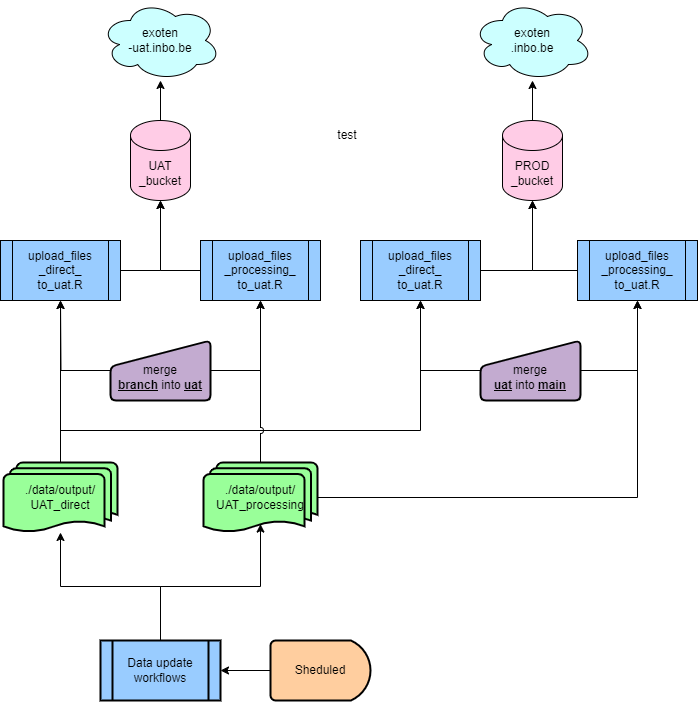
This is docs/aspbo_flows-upload_files.drawio.png from inbo/aspbo, a draw.io export, as it was before one commit. Source tidied: cells renumbered, new cells last; positions are measured from the earlier drawing's top-left corner, leaving out a move shared by most shapes. The source it was exported from:
```xml
<mxGraphModel>
  <root>
    <mxCell id="0" />
    <mxCell id="1" parent="0" />
    <mxCell id="2" value="upload_files&lt;br&gt;_direct_&lt;div&gt;to_uat.R&lt;/div&gt;" style="shape=process;whiteSpace=wrap;html=1;backgroundOutline=1;fillColor=#99CCFF;" parent="1" vertex="1">
      <mxGeometry y="240" width="120" height="60" as="geometry" />
    </mxCell>
    <mxCell id="3" value="upload_files&lt;br&gt;_processing_&lt;div&gt;to_uat.R&lt;/div&gt;" style="shape=process;whiteSpace=wrap;html=1;backgroundOutline=1;fillColor=#99CCFF;" parent="1" vertex="1">
      <mxGeometry x="200" y="240" width="120" height="60" as="geometry" />
    </mxCell>
    <mxCell id="4" style="edgeStyle=orthogonalEdgeStyle;rounded=0;jettySize=auto;html=1;" parent="1" edge="1" source="5" target="10">
      <mxGeometry relative="1" as="geometry" />
    </mxCell>
    <mxCell id="5" value="UAT&lt;br&gt;_bucket" style="shape=cylinder3;whiteSpace=wrap;html=1;boundedLbl=1;backgroundOutline=1;size=15;fillColor=#FFCCE6;" parent="1" vertex="1">
      <mxGeometry x="130" y="120" width="60" height="80" as="geometry" />
    </mxCell>
    <mxCell id="6" style="edgeStyle=orthogonalEdgeStyle;rounded=0;jettySize=auto;html=1;entryX=0.5;entryY=1;entryDx=0;entryDy=0;entryPerimeter=0;" parent="1" edge="1" source="2" target="5">
      <mxGeometry relative="1" as="geometry" />
    </mxCell>
    <mxCell id="7" style="edgeStyle=orthogonalEdgeStyle;rounded=0;jettySize=auto;html=1;entryX=0.5;entryY=1;entryDx=0;entryDy=0;entryPerimeter=0;" parent="1" edge="1" source="3" target="5">
      <mxGeometry relative="1" as="geometry" />
    </mxCell>
    <mxCell id="8" style="edgeStyle=orthogonalEdgeStyle;rounded=0;jettySize=auto;html=1;" parent="1" edge="1" source="9" target="11">
      <mxGeometry relative="1" as="geometry" />
    </mxCell>
    <mxCell id="9" value="PROD&lt;br&gt;_bucket" style="shape=cylinder3;whiteSpace=wrap;html=1;boundedLbl=1;backgroundOutline=1;size=15;fillColor=#FFCCE6;" parent="1" vertex="1">
      <mxGeometry x="502" y="120" width="60" height="80" as="geometry" />
    </mxCell>
    <mxCell id="10" value="exoten&lt;div&gt;-uat.inbo.be&lt;/div&gt;" style="ellipse;shape=cloud;whiteSpace=wrap;html=1;fillColor=#CCFFFF;" parent="1" vertex="1">
      <mxGeometry x="100" width="120" height="80" as="geometry" />
    </mxCell>
    <mxCell id="11" value="exoten&lt;br&gt;.inbo.be" style="ellipse;shape=cloud;whiteSpace=wrap;html=1;fillColor=#CCFFFF;" parent="1" vertex="1">
      <mxGeometry x="472" width="120" height="80" as="geometry" />
    </mxCell>
    <mxCell id="12" style="edgeStyle=orthogonalEdgeStyle;rounded=0;jettySize=auto;html=1;entryX=0.5;entryY=1;entryDx=0;entryDy=0;" parent="1" edge="1" source="14" target="29">
      <mxGeometry relative="1" as="geometry">
        <Array as="points">
          <mxPoint x="420" y="370" />
        </Array>
      </mxGeometry>
    </mxCell>
    <mxCell id="13" style="edgeStyle=orthogonalEdgeStyle;rounded=0;jettySize=auto;html=1;entryX=0.5;entryY=1;entryDx=0;entryDy=0;" parent="1" edge="1" source="14" target="31">
      <mxGeometry relative="1" as="geometry">
        <Array as="points">
          <mxPoint x="637" y="370" />
        </Array>
      </mxGeometry>
    </mxCell>
    <mxCell id="14" value="&lt;br&gt;merge &lt;b&gt;&lt;u&gt;uat&lt;/u&gt;&lt;/b&gt;&amp;nbsp;into&amp;nbsp;&lt;b&gt;&lt;u&gt;main&lt;/u&gt;&lt;/b&gt;" style="html=1;strokeWidth=2;shape=manualInput;whiteSpace=wrap;rounded=1;size=26;arcSize=11;fillColor=#C3ABD0;" parent="1" vertex="1">
      <mxGeometry x="480" y="340" width="100" height="60" as="geometry" />
    </mxCell>
    <mxCell id="15" style="edgeStyle=orthogonalEdgeStyle;rounded=0;jettySize=auto;html=1;" parent="1" edge="1" source="17" target="2">
      <mxGeometry relative="1" as="geometry" />
    </mxCell>
    <mxCell id="16" style="edgeStyle=orthogonalEdgeStyle;rounded=0;jettySize=auto;html=1;entryX=0.5;entryY=1;entryDx=0;entryDy=0;jumpStyle=arc;" parent="1" edge="1" source="17" target="29">
      <mxGeometry relative="1" as="geometry">
        <Array as="points">
          <mxPoint x="60" y="430" />
          <mxPoint x="420" y="430" />
        </Array>
      </mxGeometry>
    </mxCell>
    <mxCell id="17" value="./data/output/&lt;br&gt;UAT_direct" style="strokeWidth=2;html=1;shape=mxgraph.flowchart.multi-document;whiteSpace=wrap;fillColor=#99FF99;" parent="1" vertex="1">
      <mxGeometry x="3" y="462" width="114" height="70" as="geometry" />
    </mxCell>
    <mxCell id="18" style="edgeStyle=orthogonalEdgeStyle;rounded=0;jettySize=auto;html=1;jumpStyle=arc;" parent="1" edge="1" source="20" target="3">
      <mxGeometry relative="1" as="geometry" />
    </mxCell>
    <mxCell id="19" style="edgeStyle=orthogonalEdgeStyle;rounded=0;jettySize=auto;html=1;entryX=0.5;entryY=1;entryDx=0;entryDy=0;" parent="1" edge="1" source="20" target="31">
      <mxGeometry relative="1" as="geometry" />
    </mxCell>
    <mxCell id="20" value="./data/output/&lt;br&gt;UAT_processing" style="strokeWidth=2;html=1;shape=mxgraph.flowchart.multi-document;whiteSpace=wrap;fillColor=#99FF99;" parent="1" vertex="1">
      <mxGeometry x="203" y="462" width="114" height="70" as="geometry" />
    </mxCell>
    <mxCell id="21" style="edgeStyle=orthogonalEdgeStyle;rounded=0;jettySize=auto;html=1;exitX=1;exitY=0.5;exitDx=0;exitDy=0;entryX=0.5;entryY=1;entryDx=0;entryDy=0;" parent="1" edge="1" source="23" target="3">
      <mxGeometry relative="1" as="geometry" />
    </mxCell>
    <mxCell id="22" style="edgeStyle=orthogonalEdgeStyle;rounded=0;jettySize=auto;html=1;" parent="1" edge="1" source="23">
      <mxGeometry relative="1" as="geometry">
        <mxPoint x="60" y="300" as="targetPoint" />
      </mxGeometry>
    </mxCell>
    <mxCell id="23" value="&lt;br&gt;merge &lt;b&gt;&lt;u&gt;branch&lt;/u&gt;&lt;/b&gt;&amp;nbsp;into &lt;b&gt;&lt;u&gt;uat&lt;/u&gt;&lt;/b&gt;" style="html=1;strokeWidth=2;shape=manualInput;whiteSpace=wrap;rounded=1;size=26;arcSize=11;fillColor=#C3ABD0;" parent="1" vertex="1">
      <mxGeometry x="110" y="340" width="100" height="60" as="geometry" />
    </mxCell>
    <mxCell id="24" style="edgeStyle=orthogonalEdgeStyle;rounded=0;jettySize=auto;html=1;" parent="1" edge="1" source="25" target="17">
      <mxGeometry relative="1" as="geometry" />
    </mxCell>
    <mxCell id="25" value="Data update workflows" style="shape=process;whiteSpace=wrap;html=1;backgroundOutline=1;strokeWidth=2;fillColor=#99CCFF;" parent="1" vertex="1">
      <mxGeometry x="100" y="640" width="120" height="60" as="geometry" />
    </mxCell>
    <mxCell id="26" style="edgeStyle=orthogonalEdgeStyle;rounded=0;jettySize=auto;html=1;entryX=0.5;entryY=0.88;entryDx=0;entryDy=0;entryPerimeter=0;" parent="1" edge="1" source="25" target="20">
      <mxGeometry relative="1" as="geometry" />
    </mxCell>
    <mxCell id="27" style="edgeStyle=orthogonalEdgeStyle;rounded=0;jettySize=auto;html=1;entryX=1;entryY=0.5;entryDx=0;entryDy=0;" parent="1" edge="1" source="28" target="25">
      <mxGeometry relative="1" as="geometry" />
    </mxCell>
    <mxCell id="28" value="Sheduled" style="strokeWidth=2;html=1;shape=mxgraph.flowchart.delay;whiteSpace=wrap;fillColor=#FFCE9F;" parent="1" vertex="1">
      <mxGeometry x="270" y="640" width="100" height="60" as="geometry" />
    </mxCell>
    <mxCell id="29" value="upload_files&lt;br&gt;_direct_&lt;div&gt;to_uat.R&lt;/div&gt;" style="shape=process;whiteSpace=wrap;html=1;backgroundOutline=1;fillColor=#99CCFF;" parent="1" vertex="1">
      <mxGeometry x="360" y="240" width="120" height="60" as="geometry" />
    </mxCell>
    <mxCell id="30" style="edgeStyle=orthogonalEdgeStyle;rounded=0;jettySize=auto;html=1;" parent="1" edge="1" source="31" target="9">
      <mxGeometry relative="1" as="geometry" />
    </mxCell>
    <mxCell id="31" value="upload_files&lt;br&gt;_processing_&lt;div&gt;to_uat.R&lt;/div&gt;" style="shape=process;whiteSpace=wrap;html=1;backgroundOutline=1;fillColor=#99CCFF;" parent="1" vertex="1">
      <mxGeometry x="577" y="240" width="120" height="60" as="geometry" />
    </mxCell>
    <mxCell id="32" style="edgeStyle=orthogonalEdgeStyle;rounded=0;jettySize=auto;html=1;entryX=0.5;entryY=1;entryDx=0;entryDy=0;entryPerimeter=0;" parent="1" edge="1" source="29" target="9">
      <mxGeometry relative="1" as="geometry" />
    </mxCell>
    <mxCell id="33" value="test" style="text;html=1;align=center;verticalAlign=middle;whiteSpace=wrap;rounded=0;" parent="1" vertex="1">
      <mxGeometry x="317" y="120" width="60" height="30" as="geometry" />
    </mxCell>
  </root>
</mxGraphModel>
```
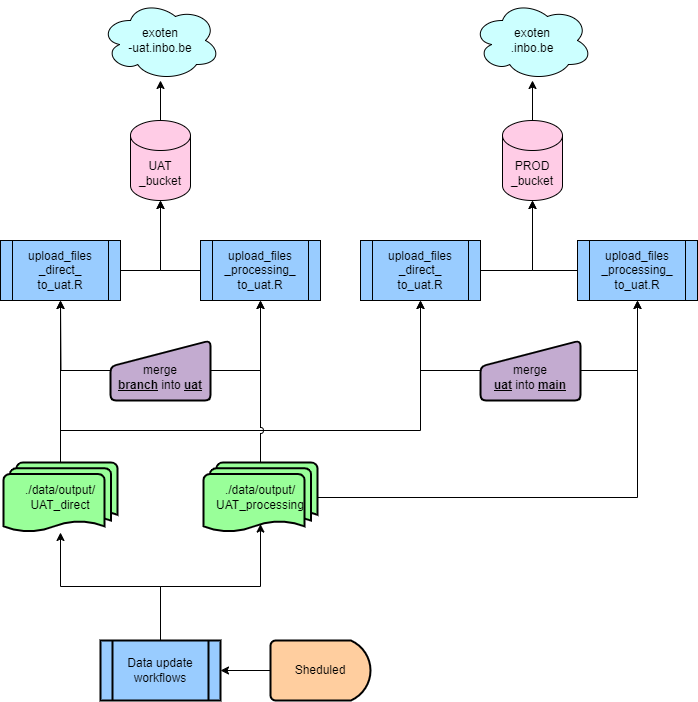
Above is the later version.

What changed in the source:
```diff
@@ -110,8 +110,5 @@
     <mxCell id="32" style="edgeStyle=orthogonalEdgeStyle;rounded=0;jettySize=auto;html=1;entryX=0.5;entryY=1;entryDx=0;entryDy=0;entryPerimeter=0;" parent="1" edge="1" source="29" target="9">
       <mxGeometry relative="1" as="geometry" />
     </mxCell>
-    <mxCell id="33" value="test" style="text;html=1;align=center;verticalAlign=middle;whiteSpace=wrap;rounded=0;" parent="1" vertex="1">
-      <mxGeometry x="317" y="120" width="60" height="30" as="geometry" />
-    </mxCell>
   </root>
 </mxGraphModel>
```
